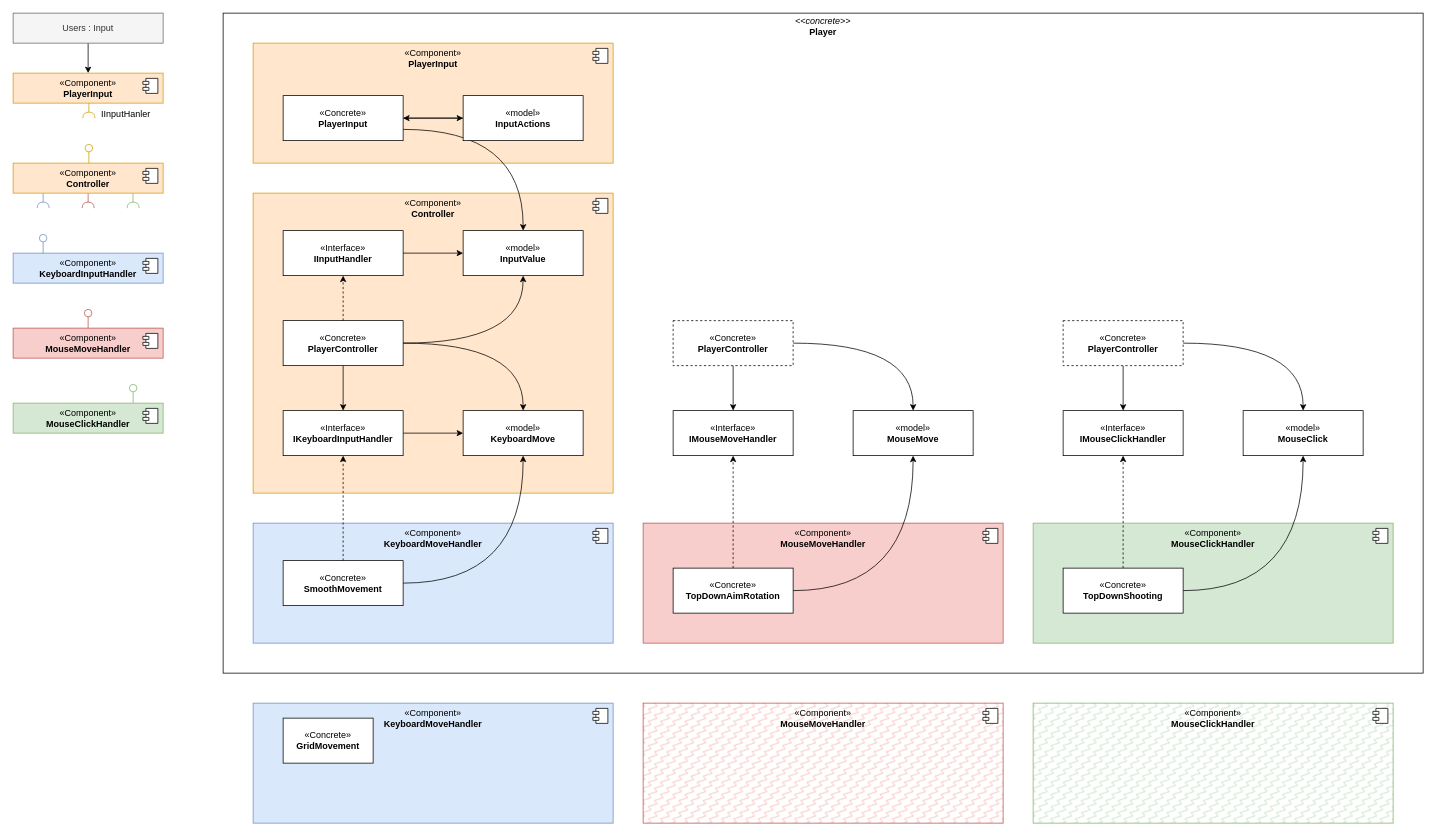
Earlier version of the draw.io diagram ComponentDiagram.drawio (Zif1519/PersonalProject2). Source tidied: cells renumbered, new cells numbered last; positions are measured from the earlier drawing's top-left corner, leaving out a move shared by most shapes. Both pictures are drawn from the tidied source at 75%, with x=0, y=0 at pixel (13, 13).
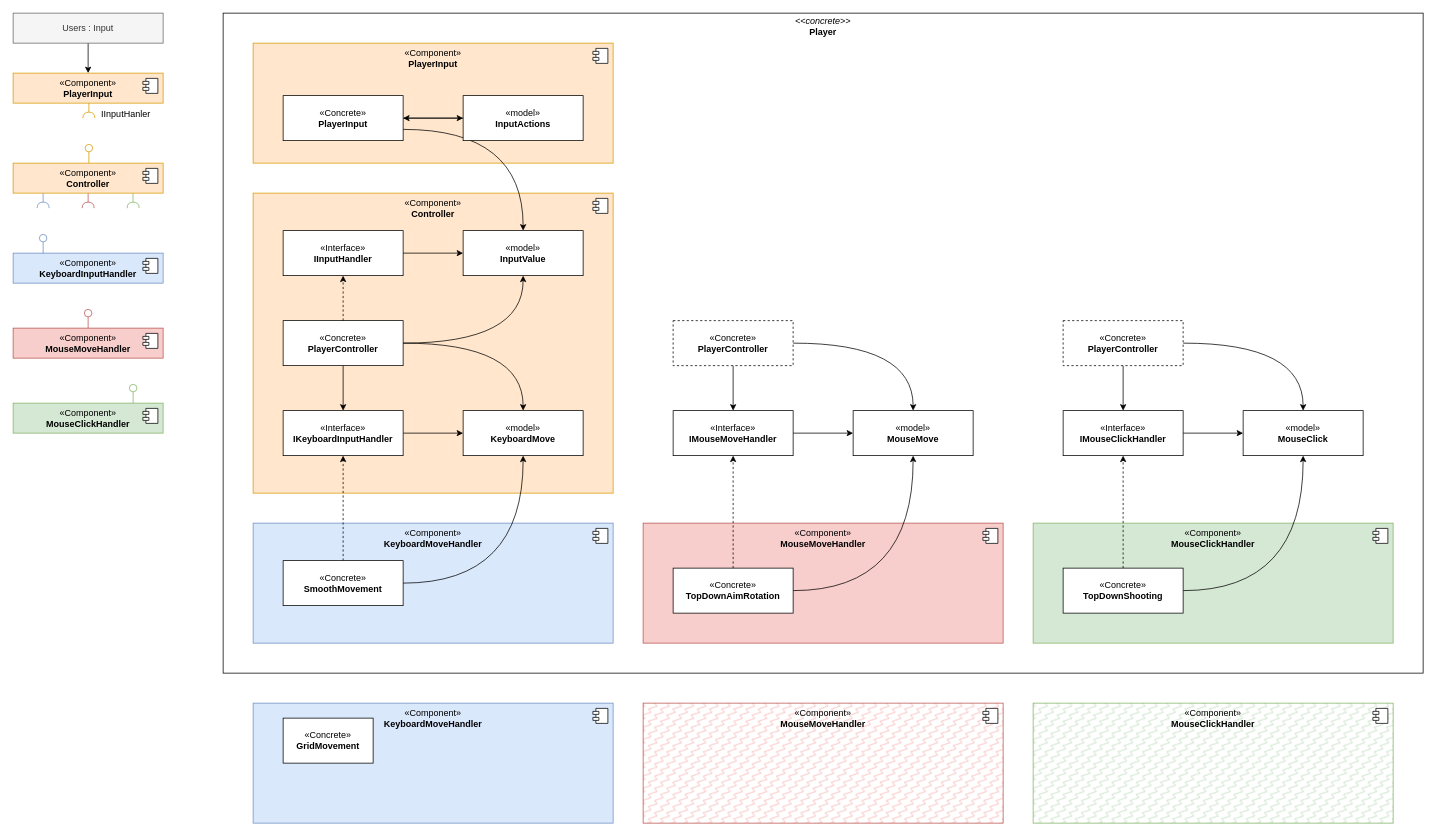
Above is the later version.

Unchanged cells that the change refers to:
```xml
<mxCell id="59" value="«Interface»&lt;br&gt;&lt;b&gt;IMouseMoveHandler&lt;br&gt;&lt;/b&gt;" style="html=1;whiteSpace=wrap;verticalAlign=middle;" parent="1" vertex="1">
  <mxGeometry x="880" y="530" width="160" height="60" as="geometry" />
</mxCell>
<mxCell id="60" value="«model»&lt;br&gt;&lt;b&gt;MouseMove&lt;/b&gt;" style="html=1;whiteSpace=wrap;verticalAlign=middle;" parent="1" vertex="1">
  <mxGeometry x="1120" y="530" width="160" height="60" as="geometry" />
</mxCell>
<mxCell id="67" value="«model»&lt;br&gt;&lt;b&gt;MouseClick&lt;/b&gt;" style="html=1;whiteSpace=wrap;verticalAlign=middle;" parent="1" vertex="1">
  <mxGeometry x="1640" y="530" width="160" height="60" as="geometry" />
</mxCell>
<mxCell id="68" value="«Interface»&lt;br&gt;&lt;b&gt;IMouseClickHandler&lt;br&gt;&lt;/b&gt;" style="html=1;whiteSpace=wrap;verticalAlign=middle;" parent="1" vertex="1">
  <mxGeometry x="1400" y="530" width="160" height="60" as="geometry" />
</mxCell>
```

The edit, as a diff of the source:
```diff
@@
+    <mxCell id="80" style="edgeStyle=orthogonalEdgeStyle;rounded=0;jettySize=auto;html=1;exitX=1;exitY=0.5;exitDx=0;exitDy=0;entryX=0;entryY=0.5;entryDx=0;entryDy=0;" parent="1" edge="1" source="59" target="60">
+      <mxGeometry relative="1" as="geometry" />
+    </mxCell>
@@
+    <mxCell id="81" style="edgeStyle=orthogonalEdgeStyle;rounded=0;jettySize=auto;html=1;exitX=1;exitY=0.5;exitDx=0;exitDy=0;entryX=0;entryY=0.5;entryDx=0;entryDy=0;" parent="1" edge="1" source="68" target="67">
+      <mxGeometry relative="1" as="geometry" />
+    </mxCell>
```
